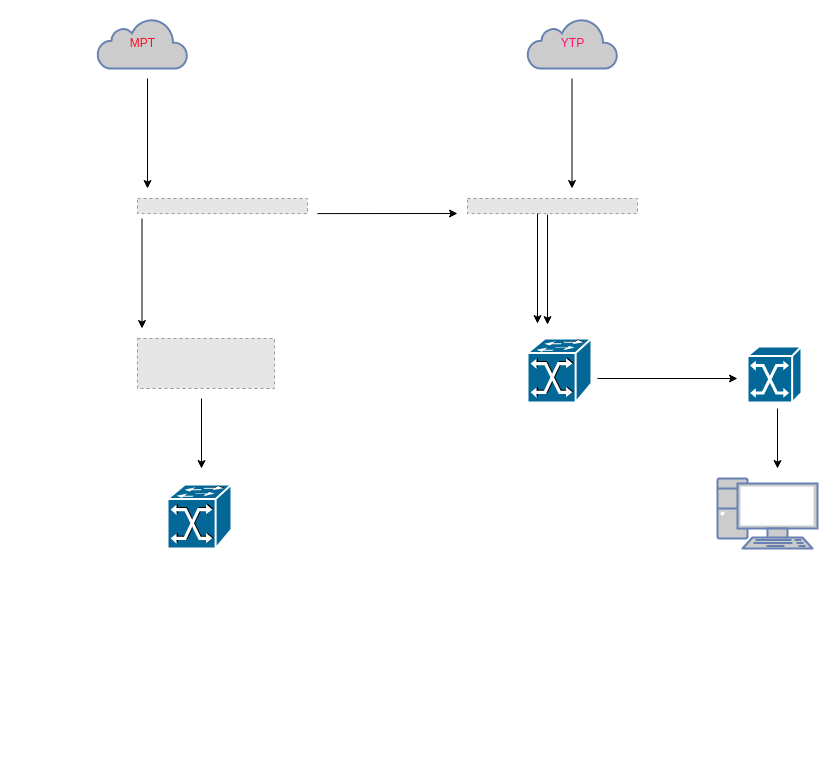
The draw.io diagram Untitled Diagram.drawio in kyawkaungsan/kyawkaungsan, before the edit. Source tidied: cells renumbered, new cells numbered last; positions are measured from the earlier drawing's top-left corner, leaving out a move shared by most shapes. Both pictures are drawn from the tidied source at 100%, with x=0, y=0 at pixel (97, 18). Pictures stored in the file or linked from it are replaced by grey dashed boxes.
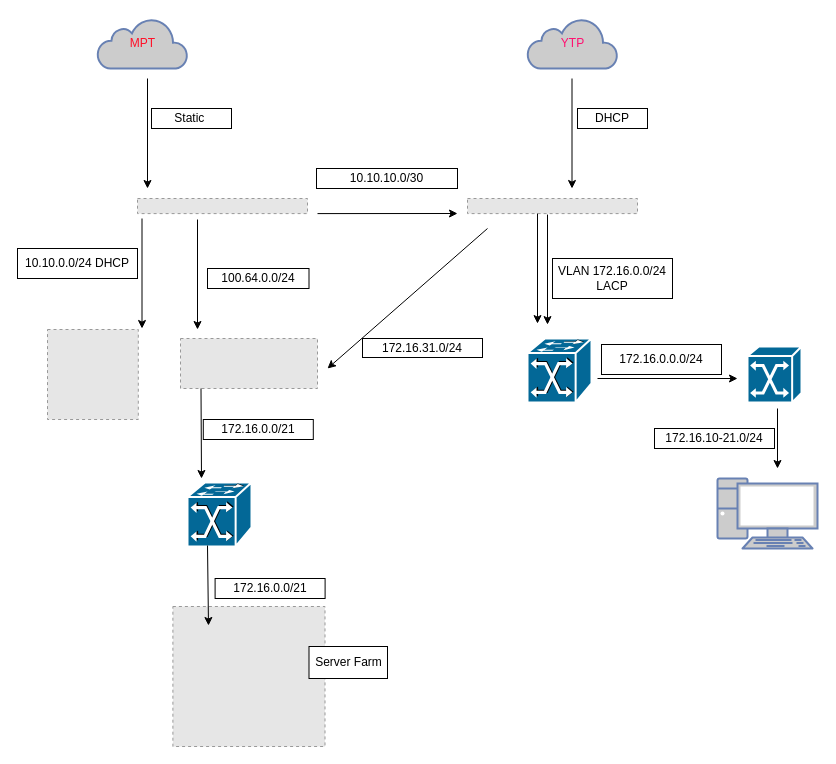
After the change.

Diff of the diagram source:
```diff
@@
     <mxCell id="5" style="shape=mxgraph.cisco.switches.atm_fast_gigabit_etherswitch;sketch=0;html=1;dashed=0;fillColor=#036897;strokeColor=#ffffff;strokeWidth=2;verticalLabelPosition=bottom;verticalAlign=top;align=center;" parent="1" vertex="1">
-      <mxGeometry x="70" y="466" width="64" height="64" as="geometry" />
+      <mxGeometry x="90" y="464" width="64" height="64" as="geometry" />
     </mxCell>
@@
     <mxCell id="13" style="fillColor=#E6E6E6;strokeColor=#999999;dashed=1;verticalLabelPosition=bottom;labelBackgroundColor=default;verticalAlign=top;" parent="1" vertex="1">
-      <mxGeometry x="40" y="320" width="137" height="50" as="geometry" />
+      <mxGeometry x="83" y="320" width="137" height="50" as="geometry" />
     </mxCell>
@@
     <mxCell id="15" style="endArrow=classic;html=1;rounded=0;" parent="1" edge="1">
       <mxGeometry relative="1" as="geometry">
-        <mxPoint x="104" y="380" as="sourcePoint" />
-        <mxPoint x="104" y="450" as="targetPoint" />
+        <mxPoint x="103.5" y="370" as="sourcePoint" />
+        <mxPoint x="104" y="460" as="targetPoint" />
       </mxGeometry>
     </mxCell>
@@
+    <mxCell id="20" value="10.10.10.0/30" style="whiteSpace=wrap;html=1;" parent="1" vertex="1">
+      <mxGeometry x="219" y="150" width="141" height="20" as="geometry" />
+    </mxCell>
+    <mxCell id="21" value="DHCP" style="whiteSpace=wrap;html=1;" parent="1" vertex="1">
+      <mxGeometry x="480" y="90" width="70" height="20" as="geometry" />
+    </mxCell>
+    <mxCell id="22" value="Static&amp;nbsp;" style="whiteSpace=wrap;html=1;" parent="1" vertex="1">
+      <mxGeometry x="54" y="90" width="80" height="20" as="geometry" />
+    </mxCell>
+    <mxCell id="23" value="100.64.0.0/24" style="whiteSpace=wrap;html=1;" parent="1" vertex="1">
+      <mxGeometry x="110" y="250" width="101.5" height="20" as="geometry" />
+    </mxCell>
+    <mxCell id="24" value="VLAN 172.16.0.0/24 LACP" style="whiteSpace=wrap;html=1;" parent="1" vertex="1">
+      <mxGeometry x="455" y="240" width="120" height="40" as="geometry" />
+    </mxCell>
+    <mxCell id="25" style="fillColor=#E6E6E6;strokeColor=#999999;dashed=1;verticalLabelPosition=bottom;labelBackgroundColor=default;verticalAlign=top;" parent="1" vertex="1">
+      <mxGeometry x="-50" y="311" width="90.8" height="90" as="geometry" />
+    </mxCell>
+    <mxCell id="26" value="10.10.0.0/24 DHCP" style="whiteSpace=wrap;html=1;" parent="1" vertex="1">
+      <mxGeometry x="-80" y="230" width="120" height="30" as="geometry" />
+    </mxCell>
+    <mxCell id="27" style="endArrow=classic;html=1;rounded=0;" parent="1" edge="1">
+      <mxGeometry relative="1" as="geometry">
+        <mxPoint x="100" y="201" as="sourcePoint" />
+        <mxPoint x="100" y="311" as="targetPoint" />
+      </mxGeometry>
+    </mxCell>
+    <mxCell id="28" value="172.16.0.0/21" style="whiteSpace=wrap;html=1;" parent="1" vertex="1">
+      <mxGeometry x="105.8" y="401" width="110" height="20" as="geometry" />
+    </mxCell>
+    <mxCell id="29" style="fillColor=#E6E6E6;strokeColor=#999999;dashed=1;verticalLabelPosition=bottom;labelBackgroundColor=default;verticalAlign=top;" parent="1" vertex="1">
+      <mxGeometry x="75.4" y="588" width="152.1" height="140" as="geometry" />
+    </mxCell>
+    <mxCell id="30" style="endArrow=classic;html=1;rounded=0;" parent="1" edge="1">
+      <mxGeometry relative="1" as="geometry">
+        <mxPoint x="110" y="527" as="sourcePoint" />
+        <mxPoint x="111" y="607" as="targetPoint" />
+      </mxGeometry>
+    </mxCell>
+    <mxCell id="31" value="Server Farm" style="whiteSpace=wrap;html=1;" parent="1" vertex="1">
+      <mxGeometry x="211.5" y="628" width="78.5" height="32" as="geometry" />
+    </mxCell>
+    <mxCell id="32" value="172.16.0.0.0/24" style="whiteSpace=wrap;html=1;" parent="1" vertex="1">
+      <mxGeometry x="504" y="326" width="120" height="30" as="geometry" />
+    </mxCell>
+    <mxCell id="33" value="172.16.10-21.0/24" style="whiteSpace=wrap;html=1;" parent="1" vertex="1">
+      <mxGeometry x="557" y="410" width="120" height="20" as="geometry" />
+    </mxCell>
+    <mxCell id="34" style="endArrow=classic;html=1;rounded=0;" parent="1" edge="1">
+      <mxGeometry relative="1" as="geometry">
+        <mxPoint x="390" y="210" as="sourcePoint" />
+        <mxPoint x="230" y="350" as="targetPoint" />
+      </mxGeometry>
+    </mxCell>
+    <mxCell id="35" value="172.16.31.0/24" style="whiteSpace=wrap;html=1;" parent="1" vertex="1">
+      <mxGeometry x="265" y="320" width="120" height="19" as="geometry" />
+    </mxCell>
+    <mxCell id="36" value="172.16.0.0/21" style="whiteSpace=wrap;html=1;" parent="1" vertex="1">
+      <mxGeometry x="117.6" y="560" width="110" height="20" as="geometry" />
+    </mxCell>
```
